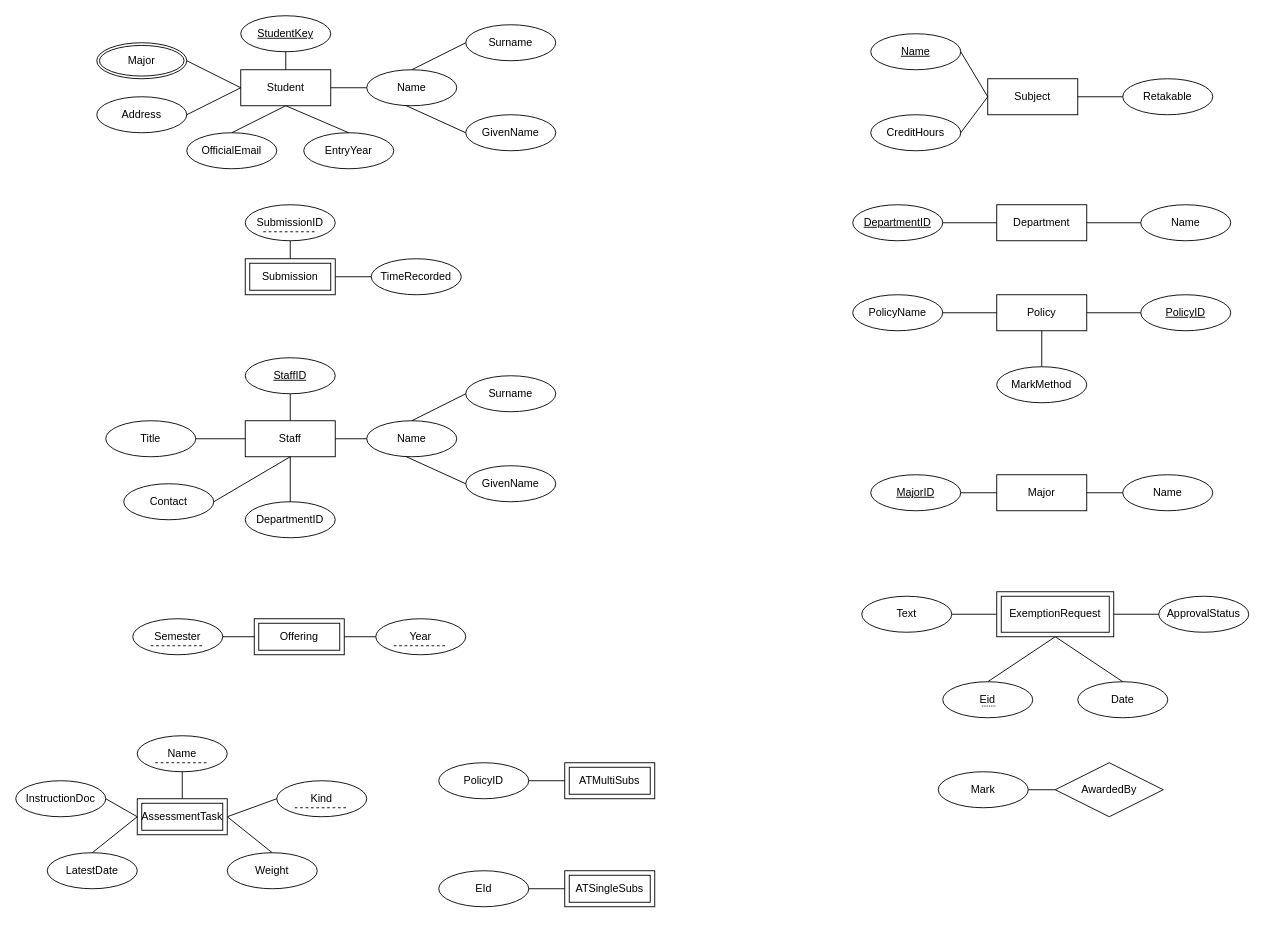
The draw.io diagram isys2120a2Attr.drawio in NguyenChHieu/graphs, before the edit. Source tidied: cells renumbered, new cells numbered last; positions are measured from the earlier drawing's top-left corner, leaving out a move shared by most shapes. Both pictures are drawn from the tidied source at 90%, with x=0, y=0 at pixel (15, 15).
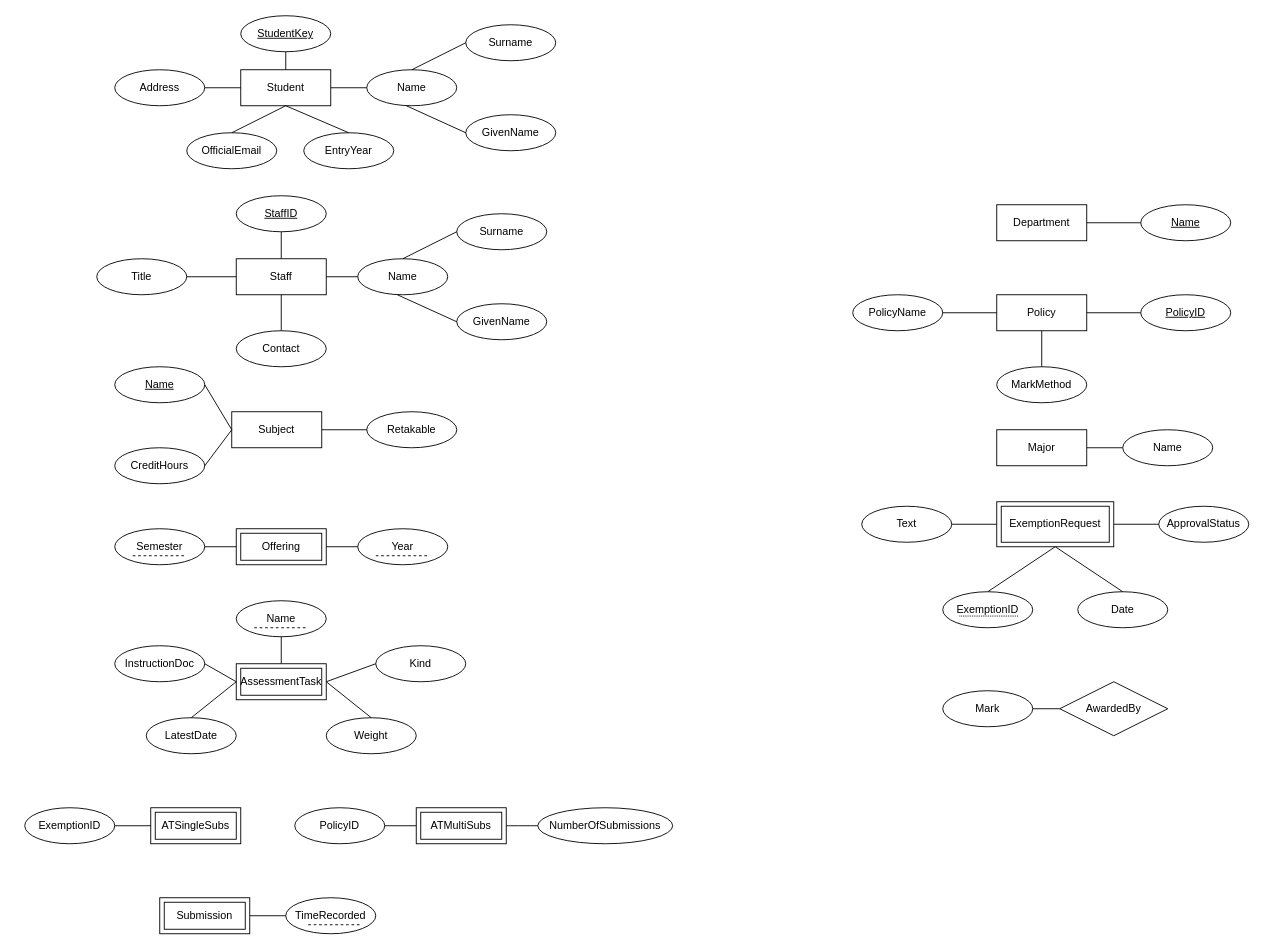
After the change.

Unchanged cells that the change refers to:
```xml
<mxCell id="2" value="Student" style="whiteSpace=wrap;html=1;align=center;" parent="1" vertex="1">
  <mxGeometry x="250" y="60" width="100" height="40" as="geometry" />
</mxCell>
<mxCell id="23" value="Department" style="whiteSpace=wrap;html=1;align=center;" parent="1" vertex="1">
  <mxGeometry x="1090" y="210" width="100" height="40" as="geometry" />
</mxCell>
```

Diff of the diagram source:
```diff
@@
     <mxCell id="7" value="TimeRecorded" style="ellipse;whiteSpace=wrap;html=1;align=center;" parent="1" vertex="1">
-      <mxGeometry x="395" y="270" width="100" height="40" as="geometry" />
+      <mxGeometry x="300" y="980" width="100" height="40" as="geometry" />
     </mxCell>
@@
     <mxCell id="9" value="Address" style="ellipse;whiteSpace=wrap;html=1;align=center;" parent="1" vertex="1">
-      <mxGeometry x="90" y="90" width="100" height="40" as="geometry" />
+      <mxGeometry x="110" y="60" width="100" height="40" as="geometry" />
     </mxCell>
@@
     <mxCell id="15" style="endArrow=none;html=1;rounded=0;entryX=0;entryY=0.5;entryDx=0;entryDy=0;exitX=1;exitY=0.5;exitDx=0;exitDy=0;" parent="1" edge="1" target="7">
       <mxGeometry relative="1" as="geometry">
-        <mxPoint x="355" y="290" as="sourcePoint" />
+        <mxPoint x="260" y="1000" as="sourcePoint" />
       </mxGeometry>
     </mxCell>
@@
-    <mxCell id="18" style="endArrow=none;html=1;rounded=0;entryX=0;entryY=0.5;entryDx=0;entryDy=0;exitX=1;exitY=0.5;exitDx=0;exitDy=0;" parent="1" edge="1" source="21" target="2">
-      <mxGeometry relative="1" as="geometry" />
-    </mxCell>
@@
-    <mxCell id="21" value="Major" style="ellipse;shape=doubleEllipse;margin=3;whiteSpace=wrap;html=1;align=center;" parent="1" vertex="1">
-      <mxGeometry x="90" y="30" width="100" height="40" as="geometry" />
-    </mxCell>
@@
     <mxCell id="24" value="Staff" style="whiteSpace=wrap;html=1;align=center;" parent="1" vertex="1">
-      <mxGeometry x="255" y="450" width="100" height="40" as="geometry" />
+      <mxGeometry x="245" y="270" width="100" height="40" as="geometry" />
     </mxCell>
-    <mxCell id="25" value="DepartmentID" style="ellipse;whiteSpace=wrap;html=1;align=center;" parent="1" vertex="1">
-      <mxGeometry x="255" y="540" width="100" height="40" as="geometry" />
-    </mxCell>
     <mxCell id="26" value="Contact" style="ellipse;whiteSpace=wrap;html=1;align=center;" parent="1" vertex="1">
-      <mxGeometry x="120" y="520" width="100" height="40" as="geometry" />
+      <mxGeometry x="245" y="350" width="100" height="40" as="geometry" />
     </mxCell>
     <mxCell id="27" value="Title" style="ellipse;whiteSpace=wrap;html=1;align=center;" parent="1" vertex="1">
-      <mxGeometry x="100" y="450" width="100" height="40" as="geometry" />
+      <mxGeometry x="90" y="270" width="100" height="40" as="geometry" />
     </mxCell>
     <mxCell id="28" value="&lt;u&gt;StaffID&lt;/u&gt;" style="ellipse;whiteSpace=wrap;html=1;align=center;" parent="1" vertex="1">
-      <mxGeometry x="255" y="380" width="100" height="40" as="geometry" />
+      <mxGeometry x="245" y="200" width="100" height="40" as="geometry" />
     </mxCell>
     <mxCell id="29" value="Name" style="ellipse;whiteSpace=wrap;html=1;align=center;" parent="1" vertex="1">
-      <mxGeometry x="390" y="450" width="100" height="40" as="geometry" />
+      <mxGeometry x="380" y="270" width="100" height="40" as="geometry" />
     </mxCell>
     <mxCell id="30" value="GivenName" style="ellipse;whiteSpace=wrap;html=1;align=center;" parent="1" vertex="1">
-      <mxGeometry x="500" y="500" width="100" height="40" as="geometry" />
+      <mxGeometry x="490" y="320" width="100" height="40" as="geometry" />
     </mxCell>
     <mxCell id="31" value="Surname" style="ellipse;whiteSpace=wrap;html=1;align=center;" parent="1" vertex="1">
-      <mxGeometry x="500" y="400" width="100" height="40" as="geometry" />
+      <mxGeometry x="490" y="220" width="100" height="40" as="geometry" />
     </mxCell>
@@
-    <mxCell id="34" style="endArrow=none;html=1;rounded=0;entryX=0.5;entryY=1;entryDx=0;entryDy=0;exitX=0.5;exitY=0;exitDx=0;exitDy=0;" parent="1" edge="1" source="25" target="24">
-      <mxGeometry relative="1" as="geometry" />
-    </mxCell>
-    <mxCell id="35" style="endArrow=none;html=1;rounded=0;entryX=0.5;entryY=1;entryDx=0;entryDy=0;exitX=1;exitY=0.5;exitDx=0;exitDy=0;" parent="1" edge="1" source="26" target="24">
+    <mxCell id="35" style="endArrow=none;html=1;rounded=0;entryX=0.5;entryY=1;entryDx=0;entryDy=0;exitX=0.5;exitY=0;exitDx=0;exitDy=0;" parent="1" edge="1" source="26" target="24">
       <mxGeometry relative="1" as="geometry" />
     </mxCell>
@@
-    <mxCell id="38" value="SubmissionID" style="ellipse;whiteSpace=wrap;html=1;align=center;" parent="1" vertex="1">
-      <mxGeometry x="255" y="210" width="100" height="40" as="geometry" />
-    </mxCell>
     <mxCell id="39" value="LatestDate" style="ellipse;whiteSpace=wrap;html=1;align=center;" parent="1" vertex="1">
-      <mxGeometry x="35" y="930" width="100" height="40" as="geometry" />
+      <mxGeometry x="145" y="780" width="100" height="40" as="geometry" />
     </mxCell>
     <mxCell id="40" value="InstructionDoc" style="ellipse;whiteSpace=wrap;html=1;align=center;" parent="1" vertex="1">
-      <mxGeometry y="850" width="100" height="40" as="geometry" />
+      <mxGeometry x="110" y="700" width="100" height="40" as="geometry" />
     </mxCell>
     <mxCell id="41" value="Kind" style="ellipse;whiteSpace=wrap;html=1;align=center;" parent="1" vertex="1">
-      <mxGeometry x="290" y="850" width="100" height="40" as="geometry" />
+      <mxGeometry x="400" y="700" width="100" height="40" as="geometry" />
     </mxCell>
     <mxCell id="42" value="Weight" style="ellipse;whiteSpace=wrap;html=1;align=center;" parent="1" vertex="1">
-      <mxGeometry x="235" y="930" width="100" height="40" as="geometry" />
+      <mxGeometry x="345" y="780" width="100" height="40" as="geometry" />
     </mxCell>
     <mxCell id="43" value="Name" style="ellipse;whiteSpace=wrap;html=1;align=center;" parent="1" vertex="1">
-      <mxGeometry x="135" y="800" width="100" height="40" as="geometry" />
+      <mxGeometry x="245" y="650" width="100" height="40" as="geometry" />
     </mxCell>
     <mxCell id="44" value="Year" style="ellipse;whiteSpace=wrap;html=1;align=center;" parent="1" vertex="1">
-      <mxGeometry x="400" y="670" width="100" height="40" as="geometry" />
+      <mxGeometry x="380" y="570" width="100" height="40" as="geometry" />
     </mxCell>
     <mxCell id="45" value="Semester" style="ellipse;whiteSpace=wrap;html=1;align=center;" parent="1" vertex="1">
-      <mxGeometry x="130" y="670" width="100" height="40" as="geometry" />
+      <mxGeometry x="110" y="570" width="100" height="40" as="geometry" />
     </mxCell>
     <mxCell id="46" value="Offering" style="shape=ext;margin=3;double=1;whiteSpace=wrap;html=1;align=center;" parent="1" vertex="1">
-      <mxGeometry x="265" y="670" width="100" height="40" as="geometry" />
+      <mxGeometry x="245" y="570" width="100" height="40" as="geometry" />
     </mxCell>
     <mxCell id="47" style="endArrow=none;dashed=1;html=1;rounded=0;" parent="1" edge="1">
       <mxGeometry relative="1" as="geometry">
-        <mxPoint x="150" y="700" as="sourcePoint" />
-        <mxPoint x="210" y="700" as="targetPoint" />
+        <mxPoint x="130" y="600" as="sourcePoint" />
+        <mxPoint x="190" y="600" as="targetPoint" />
       </mxGeometry>
     </mxCell>
     <mxCell id="48" style="endArrow=none;dashed=1;html=1;rounded=0;" parent="1" edge="1">
       <mxGeometry relative="1" as="geometry">
-        <mxPoint x="420" y="700" as="sourcePoint" />
-        <mxPoint x="480" y="700" as="targetPoint" />
+        <mxPoint x="400" y="600" as="sourcePoint" />
+        <mxPoint x="460" y="600" as="targetPoint" />
       </mxGeometry>
     </mxCell>
@@
-    <mxCell id="54" style="endArrow=none;html=1;rounded=0;entryX=0.5;entryY=1;entryDx=0;entryDy=0;" parent="1" edge="1" target="38">
-      <mxGeometry relative="1" as="geometry">
-        <mxPoint x="305" y="270" as="sourcePoint" />
-      </mxGeometry>
-    </mxCell>
     <mxCell id="55" value="AssessmentTask" style="shape=ext;margin=3;double=1;whiteSpace=wrap;html=1;align=center;" parent="1" vertex="1">
-      <mxGeometry x="135" y="870" width="100" height="40" as="geometry" />
+      <mxGeometry x="245" y="720" width="100" height="40" as="geometry" />
     </mxCell>
     <mxCell id="56" style="endArrow=none;dashed=1;html=1;rounded=0;" parent="1" edge="1">
       <mxGeometry relative="1" as="geometry">
-        <mxPoint x="155" y="830" as="sourcePoint" />
-        <mxPoint x="215" y="830" as="targetPoint" />
+        <mxPoint x="265" y="680" as="sourcePoint" />
+        <mxPoint x="325" y="680" as="targetPoint" />
       </mxGeometry>
     </mxCell>
-    <mxCell id="57" style="endArrow=none;dashed=1;html=1;rounded=0;" parent="1" edge="1">
-      <mxGeometry relative="1" as="geometry">
-        <mxPoint x="310" y="880" as="sourcePoint" />
-        <mxPoint x="370" y="880" as="targetPoint" />
-      </mxGeometry>
-    </mxCell>
@@
     <mxCell id="60" value="Subject" style="whiteSpace=wrap;html=1;align=center;" parent="1" vertex="1">
-      <mxGeometry x="1080" y="70" width="100" height="40" as="geometry" />
+      <mxGeometry x="240" y="440" width="100" height="40" as="geometry" />
     </mxCell>
     <mxCell id="61" value="ApprovalStatus" style="ellipse;whiteSpace=wrap;html=1;align=center;" parent="1" vertex="1">
-      <mxGeometry x="1270" y="645" width="100" height="40" as="geometry" />
+      <mxGeometry x="1270" y="545" width="100" height="40" as="geometry" />
     </mxCell>
     <mxCell id="62" value="Date" style="ellipse;whiteSpace=wrap;html=1;align=center;" parent="1" vertex="1">
-      <mxGeometry x="1180" y="740" width="100" height="40" as="geometry" />
+      <mxGeometry x="1180" y="640" width="100" height="40" as="geometry" />
     </mxCell>
     <mxCell id="63" value="Name" style="ellipse;whiteSpace=wrap;html=1;align=center;" parent="1" vertex="1">
-      <mxGeometry x="1230" y="510" width="100" height="40" as="geometry" />
+      <mxGeometry x="1230" y="460" width="100" height="40" as="geometry" />
     </mxCell>
-    <mxCell id="64" value="&lt;u&gt;MajorID&lt;/u&gt;" style="ellipse;whiteSpace=wrap;html=1;align=center;" parent="1" vertex="1">
-      <mxGeometry x="950" y="510" width="100" height="40" as="geometry" />
-    </mxCell>
     <mxCell id="65" value="PolicyID" style="ellipse;whiteSpace=wrap;html=1;align=center;" parent="1" vertex="1">
-      <mxGeometry x="470" y="830" width="100" height="40" as="geometry" />
+      <mxGeometry x="310" y="880" width="100" height="40" as="geometry" />
     </mxCell>
@@
-    <mxCell id="69" value="Name" style="ellipse;whiteSpace=wrap;html=1;align=center;" parent="1" vertex="1">
+    <mxCell id="69" value="&lt;u&gt;Name&lt;/u&gt;" style="ellipse;whiteSpace=wrap;html=1;align=center;" parent="1" vertex="1">
       <mxGeometry x="1250" y="210" width="100" height="40" as="geometry" />
     </mxCell>
-    <mxCell id="70" value="&lt;u&gt;DepartmentID&lt;/u&gt;" style="ellipse;whiteSpace=wrap;html=1;align=center;" parent="1" vertex="1">
-      <mxGeometry x="930" y="210" width="100" height="40" as="geometry" />
-    </mxCell>
     <mxCell id="71" value="Retakable" style="ellipse;whiteSpace=wrap;html=1;align=center;" parent="1" vertex="1">
-      <mxGeometry x="1230" y="70" width="100" height="40" as="geometry" />
+      <mxGeometry x="390" y="440" width="100" height="40" as="geometry" />
     </mxCell>
     <mxCell id="72" value="CreditHours" style="ellipse;whiteSpace=wrap;html=1;align=center;" parent="1" vertex="1">
-      <mxGeometry x="950" y="110" width="100" height="40" as="geometry" />
+      <mxGeometry x="110" y="480" width="100" height="40" as="geometry" />
     </mxCell>
     <mxCell id="73" value="&lt;u&gt;Name&lt;/u&gt;" style="ellipse;whiteSpace=wrap;html=1;align=center;" parent="1" vertex="1">
-      <mxGeometry x="950" y="20" width="100" height="40" as="geometry" />
+      <mxGeometry x="110" y="390" width="100" height="40" as="geometry" />
     </mxCell>
@@
-    <mxCell id="82" style="endArrow=none;html=1;rounded=0;entryX=0;entryY=0.5;entryDx=0;entryDy=0;exitX=1;exitY=0.5;exitDx=0;exitDy=0;" parent="1" edge="1" source="70" target="23">
-      <mxGeometry relative="1" as="geometry" />
-    </mxCell>
@@
     <mxCell id="86" value="Submission" style="shape=ext;margin=3;double=1;whiteSpace=wrap;html=1;align=center;" parent="1" vertex="1">
-      <mxGeometry x="255" y="270" width="100" height="40" as="geometry" />
+      <mxGeometry x="160" y="980" width="100" height="40" as="geometry" />
     </mxCell>
     <mxCell id="87" style="endArrow=none;dashed=1;html=1;rounded=0;" parent="1" edge="1">
       <mxGeometry relative="1" as="geometry">
-        <mxPoint x="275" y="240" as="sourcePoint" />
-        <mxPoint x="335" y="240" as="targetPoint" />
+        <mxPoint x="325" y="1010" as="sourcePoint" />
+        <mxPoint x="385" y="1010" as="targetPoint" />
       </mxGeometry>
     </mxCell>
     <mxCell id="88" value="ATMultiSubs" style="shape=ext;margin=3;double=1;whiteSpace=wrap;html=1;align=center;" parent="1" vertex="1">
-      <mxGeometry x="610" y="830" width="100" height="40" as="geometry" />
+      <mxGeometry x="445" y="880" width="100" height="40" as="geometry" />
     </mxCell>
@@
     <mxCell id="90" value="Major" style="whiteSpace=wrap;html=1;align=center;" parent="1" vertex="1">
-      <mxGeometry x="1090" y="510" width="100" height="40" as="geometry" />
+      <mxGeometry x="1090" y="460" width="100" height="40" as="geometry" />
     </mxCell>
@@
-    <mxCell id="92" style="endArrow=none;html=1;rounded=0;exitX=0;exitY=0.5;exitDx=0;exitDy=0;entryX=1;entryY=0.5;entryDx=0;entryDy=0;" parent="1" edge="1" source="90" target="64">
-      <mxGeometry relative="1" as="geometry" />
-    </mxCell>
     <mxCell id="93" value="Text" style="ellipse;whiteSpace=wrap;html=1;align=center;" parent="1" vertex="1">
-      <mxGeometry x="940" y="645" width="100" height="40" as="geometry" />
+      <mxGeometry x="940" y="545" width="100" height="40" as="geometry" />
     </mxCell>
     <mxCell id="94" value="AwardedBy" style="shape=rhombus;perimeter=rhombusPerimeter;whiteSpace=wrap;html=1;align=center;" parent="1" vertex="1">
-      <mxGeometry x="1155" y="830" width="120" height="60" as="geometry" />
+      <mxGeometry x="1160" y="740" width="120" height="60" as="geometry" />
     </mxCell>
     <mxCell id="95" value="Mark" style="ellipse;whiteSpace=wrap;html=1;align=center;" parent="1" vertex="1">
-      <mxGeometry x="1025" y="840" width="100" height="40" as="geometry" />
+      <mxGeometry x="1030" y="750" width="100" height="40" as="geometry" />
     </mxCell>
     <mxCell id="96" value="ExemptionRequest" style="shape=ext;margin=3;double=1;whiteSpace=wrap;html=1;align=center;" parent="1" vertex="1">
-      <mxGeometry x="1090" y="640" width="130" height="50" as="geometry" />
+      <mxGeometry x="1090" y="540" width="130" height="50" as="geometry" />
     </mxCell>
@@
-    <mxCell id="98" value="&lt;span style=&quot;border-bottom: 1px dotted&quot;&gt;Eid&lt;/span&gt;" style="ellipse;whiteSpace=wrap;html=1;align=center;" parent="1" vertex="1">
-      <mxGeometry x="1030" y="740" width="100" height="40" as="geometry" />
+    <mxCell id="98" value="&lt;span style=&quot;border-bottom: 1px dotted&quot;&gt;ExemptionID&lt;/span&gt;" style="ellipse;whiteSpace=wrap;html=1;align=center;" parent="1" vertex="1">
+      <mxGeometry x="1030" y="640" width="100" height="40" as="geometry" />
     </mxCell>
     <mxCell id="99" value="ATSingleSubs" style="shape=ext;margin=3;double=1;whiteSpace=wrap;html=1;align=center;" parent="1" vertex="1">
-      <mxGeometry x="610" y="950" width="100" height="40" as="geometry" />
+      <mxGeometry x="150" y="880" width="100" height="40" as="geometry" />
     </mxCell>
-    <mxCell id="100" value="EId" style="ellipse;whiteSpace=wrap;html=1;align=center;" parent="1" vertex="1">
-      <mxGeometry x="470" y="950" width="100" height="40" as="geometry" />
+    <mxCell id="100" value="ExemptionID" style="ellipse;whiteSpace=wrap;html=1;align=center;" parent="1" vertex="1">
+      <mxGeometry x="10" y="880" width="100" height="40" as="geometry" />
     </mxCell>
@@
+    <mxCell id="102" value="NumberOfSubmissions" style="ellipse;whiteSpace=wrap;html=1;align=center;" parent="1" vertex="1">
+      <mxGeometry x="580" y="880" width="150" height="40" as="geometry" />
+    </mxCell>
+    <mxCell id="103" style="endArrow=none;html=1;rounded=0;fontSize=12;startSize=8;endSize=8;curved=1;exitX=1;exitY=0.5;exitDx=0;exitDy=0;entryX=0;entryY=0.5;entryDx=0;entryDy=0;" parent="1" edge="1" source="88" target="102">
+      <mxGeometry relative="1" as="geometry" />
+    </mxCell>
```
